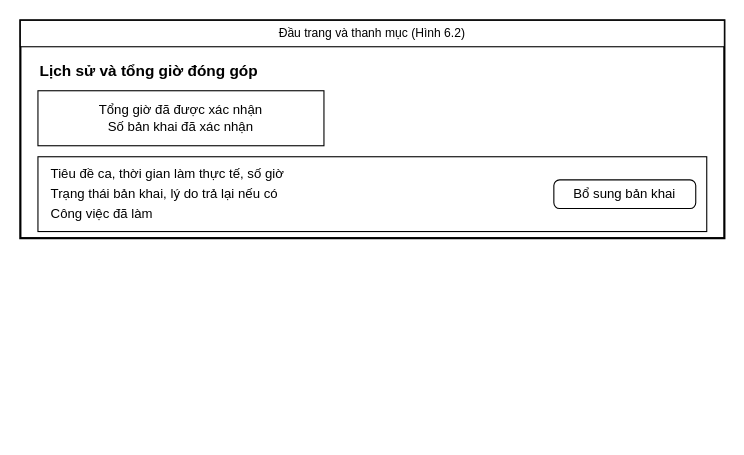
This is docs/giao_dien/drawio/M13_Lich_su_va_tong_gio.drawio from kanishere55/OOSD_NenTangDieuPhoi_TNV, a draw.io file, before an edit. Source tidied: cells renumbered, new cells numbered last; positions are measured from the earlier drawing's top-left corner, leaving out a move shared by most shapes. Both pictures are drawn from the tidied source at 110%, with x=0, y=0 at pixel (20, 20).
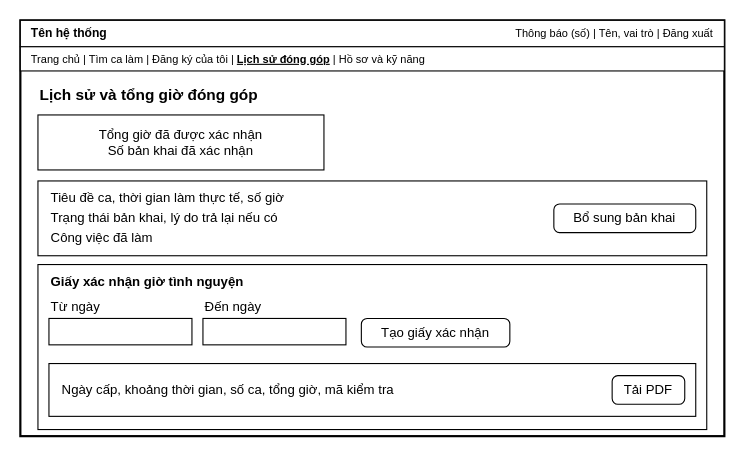
The same page after the edit.

Diff of the diagram source:
```diff
@@
     <mxCell id="2" style="rounded=0;whiteSpace=wrap;html=1;fillColor=#ffffff;strokeColor=#000000;strokeWidth=2;" parent="1" vertex="1">
-      <mxGeometry width="640" height="198" as="geometry" />
+      <mxGeometry width="640" height="378" as="geometry" />
     </mxCell>
-    <mxCell id="3" value="Đầu trang và thanh mục (Hình 6.2)" style="rounded=0;whiteSpace=wrap;html=1;fillColor=#ffffff;strokeColor=#000000;fontColor=#000000;fontSize=11;align=center;" parent="1" vertex="1">
+    <mxCell id="3" style="rounded=0;whiteSpace=wrap;html=1;fillColor=#ffffff;strokeColor=#000000;fontColor=#000000;fontSize=12;align=center;" parent="1" vertex="1">
       <mxGeometry width="640" height="24" as="geometry" />
     </mxCell>
-    <mxCell id="4" value="Lịch sử và tổng giờ đóng góp" style="text;html=1;strokeColor=none;fillColor=none;whiteSpace=wrap;verticalAlign=middle;fontColor=#000000;align=left;fontSize=14;fontStyle=1;" parent="1" vertex="1">
-      <mxGeometry x="16" y="34" width="400" height="24" as="geometry" />
+    <mxCell id="4" value="Tên hệ thống" style="text;html=1;strokeColor=none;fillColor=none;whiteSpace=wrap;verticalAlign=middle;fontColor=#000000;align=left;fontSize=11;fontStyle=1;" parent="1" vertex="1">
+      <mxGeometry x="8" y="2" width="150" height="20" as="geometry" />
     </mxCell>
-    <mxCell id="5" value="Tổng giờ đã được xác nhận&lt;br&gt;Số bản khai đã xác nhận" style="rounded=0;whiteSpace=wrap;html=1;fillColor=#ffffff;strokeColor=#000000;fontColor=#000000;fontSize=12;align=center;" parent="1" vertex="1">
-      <mxGeometry x="16" y="64" width="260" height="50" as="geometry" />
+    <mxCell id="5" value="Thông báo (số)   |   Tên, vai trò   |   Đăng xuất" style="text;html=1;strokeColor=none;fillColor=none;whiteSpace=wrap;verticalAlign=middle;fontColor=#000000;align=right;fontSize=10;fontStyle=0;" parent="1" vertex="1">
+      <mxGeometry x="340" y="2" width="292" height="20" as="geometry" />
     </mxCell>
     <mxCell id="6" style="rounded=0;whiteSpace=wrap;html=1;fillColor=#ffffff;strokeColor=#000000;fontColor=#000000;fontSize=12;align=center;" parent="1" vertex="1">
-      <mxGeometry x="16" y="124" width="608" height="68" as="geometry" />
+      <mxGeometry y="24" width="640" height="22" as="geometry" />
     </mxCell>
-    <mxCell id="7" value="Tiêu đề ca, thời gian làm thực tế, số giờ" style="text;html=1;strokeColor=none;fillColor=none;whiteSpace=wrap;verticalAlign=middle;fontColor=#000000;align=left;fontSize=12;fontStyle=0;" parent="1" vertex="1">
-      <mxGeometry x="26" y="131" width="588" height="18" as="geometry" />
+    <mxCell id="7" value="Trang chủ   |   Tìm ca làm   |   Đăng ký của tôi   |   &lt;b&gt;&lt;u&gt;Lịch sử đóng góp&lt;/u&gt;&lt;/b&gt;   |   Hồ sơ và kỹ năng" style="text;html=1;strokeColor=none;fillColor=none;whiteSpace=wrap;verticalAlign=middle;fontColor=#000000;align=left;fontSize=10;fontStyle=0;" parent="1" vertex="1">
+      <mxGeometry x="8" y="25" width="624" height="20" as="geometry" />
     </mxCell>
-    <mxCell id="8" value="Trạng thái bản khai, lý do trả lại nếu có" style="text;html=1;strokeColor=none;fillColor=none;whiteSpace=wrap;verticalAlign=middle;fontColor=#000000;align=left;fontSize=12;fontStyle=0;" parent="1" vertex="1">
-      <mxGeometry x="26" y="149" width="588" height="18" as="geometry" />
+    <mxCell id="8" value="Lịch sử và tổng giờ đóng góp" style="text;html=1;strokeColor=none;fillColor=none;whiteSpace=wrap;verticalAlign=middle;fontColor=#000000;align=left;fontSize=14;fontStyle=1;" parent="1" vertex="1">
+      <mxGeometry x="16" y="56" width="400" height="24" as="geometry" />
     </mxCell>
-    <mxCell id="9" value="Công việc đã làm" style="text;html=1;strokeColor=none;fillColor=none;whiteSpace=wrap;verticalAlign=middle;fontColor=#000000;align=left;fontSize=12;fontStyle=0;" parent="1" vertex="1">
-      <mxGeometry x="26" y="167" width="588" height="18" as="geometry" />
+    <mxCell id="9" value="Tổng giờ đã được xác nhận&lt;br&gt;Số bản khai đã xác nhận" style="rounded=0;whiteSpace=wrap;html=1;fillColor=#ffffff;strokeColor=#000000;fontColor=#000000;fontSize=12;align=center;" parent="1" vertex="1">
+      <mxGeometry x="16" y="86" width="260" height="50" as="geometry" />
     </mxCell>
-    <mxCell id="10" value="Bổ sung bản khai" style="rounded=1;arcSize=20;whiteSpace=wrap;html=1;fillColor=#ffffff;strokeColor=#000000;fontColor=#000000;fontSize=12;" parent="1" vertex="1">
-      <mxGeometry x="485" y="145" width="129" height="26" as="geometry" />
+    <mxCell id="10" style="rounded=0;whiteSpace=wrap;html=1;fillColor=#ffffff;strokeColor=#000000;fontColor=#000000;fontSize=12;align=center;" parent="1" vertex="1">
+      <mxGeometry x="16" y="146" width="608" height="68" as="geometry" />
     </mxCell>
+    <mxCell id="11" value="Tiêu đề ca, thời gian làm thực tế, số giờ" style="text;html=1;strokeColor=none;fillColor=none;whiteSpace=wrap;verticalAlign=middle;fontColor=#000000;align=left;fontSize=12;fontStyle=0;" parent="1" vertex="1">
+      <mxGeometry x="26" y="153" width="588" height="18" as="geometry" />
+    </mxCell>
+    <mxCell id="12" value="Trạng thái bản khai, lý do trả lại nếu có" style="text;html=1;strokeColor=none;fillColor=none;whiteSpace=wrap;verticalAlign=middle;fontColor=#000000;align=left;fontSize=12;fontStyle=0;" parent="1" vertex="1">
+      <mxGeometry x="26" y="171" width="588" height="18" as="geometry" />
+    </mxCell>
+    <mxCell id="13" value="Công việc đã làm" style="text;html=1;strokeColor=none;fillColor=none;whiteSpace=wrap;verticalAlign=middle;fontColor=#000000;align=left;fontSize=12;fontStyle=0;" parent="1" vertex="1">
+      <mxGeometry x="26" y="189" width="588" height="18" as="geometry" />
+    </mxCell>
+    <mxCell id="14" value="Bổ sung bản khai" style="rounded=1;arcSize=20;whiteSpace=wrap;html=1;fillColor=#ffffff;strokeColor=#000000;fontColor=#000000;fontSize=12;" parent="1" vertex="1">
+      <mxGeometry x="485" y="167" width="129" height="26" as="geometry" />
+    </mxCell>
+    <mxCell id="15" style="rounded=0;whiteSpace=wrap;html=1;fillColor=#ffffff;strokeColor=#000000;fontColor=#000000;fontSize=12;align=center;" parent="1" vertex="1">
+      <mxGeometry x="16" y="222" width="608" height="150" as="geometry" />
+    </mxCell>
+    <mxCell id="16" value="Giấy xác nhận giờ tình nguyện" style="text;html=1;strokeColor=none;fillColor=none;whiteSpace=wrap;verticalAlign=middle;fontColor=#000000;align=left;fontSize=12;fontStyle=1;" parent="1" vertex="1">
+      <mxGeometry x="26" y="228" width="400" height="20" as="geometry" />
+    </mxCell>
+    <mxCell id="17" value="Từ ngày" style="text;html=1;strokeColor=none;fillColor=none;whiteSpace=wrap;verticalAlign=middle;fontColor=#000000;align=left;fontSize=12;fontStyle=0;" parent="1" vertex="1">
+      <mxGeometry x="26" y="252" width="130" height="18" as="geometry" />
+    </mxCell>
+    <mxCell id="18" style="rounded=0;whiteSpace=wrap;html=1;fillColor=#ffffff;strokeColor=#000000;fontColor=#000000;fontSize=12;align=center;" parent="1" vertex="1">
+      <mxGeometry x="26" y="271" width="130" height="24" as="geometry" />
+    </mxCell>
+    <mxCell id="19" value="Đến ngày" style="text;html=1;strokeColor=none;fillColor=none;whiteSpace=wrap;verticalAlign=middle;fontColor=#000000;align=left;fontSize=12;fontStyle=0;" parent="1" vertex="1">
+      <mxGeometry x="166" y="252" width="130" height="18" as="geometry" />
+    </mxCell>
+    <mxCell id="20" style="rounded=0;whiteSpace=wrap;html=1;fillColor=#ffffff;strokeColor=#000000;fontColor=#000000;fontSize=12;align=center;" parent="1" vertex="1">
+      <mxGeometry x="166" y="271" width="130" height="24" as="geometry" />
+    </mxCell>
+    <mxCell id="21" value="Tạo giấy xác nhận" style="rounded=1;arcSize=20;whiteSpace=wrap;html=1;fillColor=#ffffff;strokeColor=#000000;fontColor=#000000;fontSize=12;" parent="1" vertex="1">
+      <mxGeometry x="310" y="271" width="135" height="26" as="geometry" />
+    </mxCell>
+    <mxCell id="22" style="rounded=0;whiteSpace=wrap;html=1;fillColor=#ffffff;strokeColor=#000000;fontColor=#000000;fontSize=12;align=center;" parent="1" vertex="1">
+      <mxGeometry x="26" y="312" width="588" height="48" as="geometry" />
+    </mxCell>
+    <mxCell id="23" value="Ngày cấp, khoảng thời gian, số ca, tổng giờ, mã kiểm tra" style="text;html=1;strokeColor=none;fillColor=none;whiteSpace=wrap;verticalAlign=middle;fontColor=#000000;align=left;fontSize=12;fontStyle=0;" parent="1" vertex="1">
+      <mxGeometry x="36" y="318" width="400" height="36" as="geometry" />
+    </mxCell>
+    <mxCell id="24" value="Tải PDF" style="rounded=1;arcSize=20;whiteSpace=wrap;html=1;fillColor=#ffffff;strokeColor=#000000;fontColor=#000000;fontSize=12;" parent="1" vertex="1">
+      <mxGeometry x="538" y="323" width="66" height="26" as="geometry" />
+    </mxCell>
```
